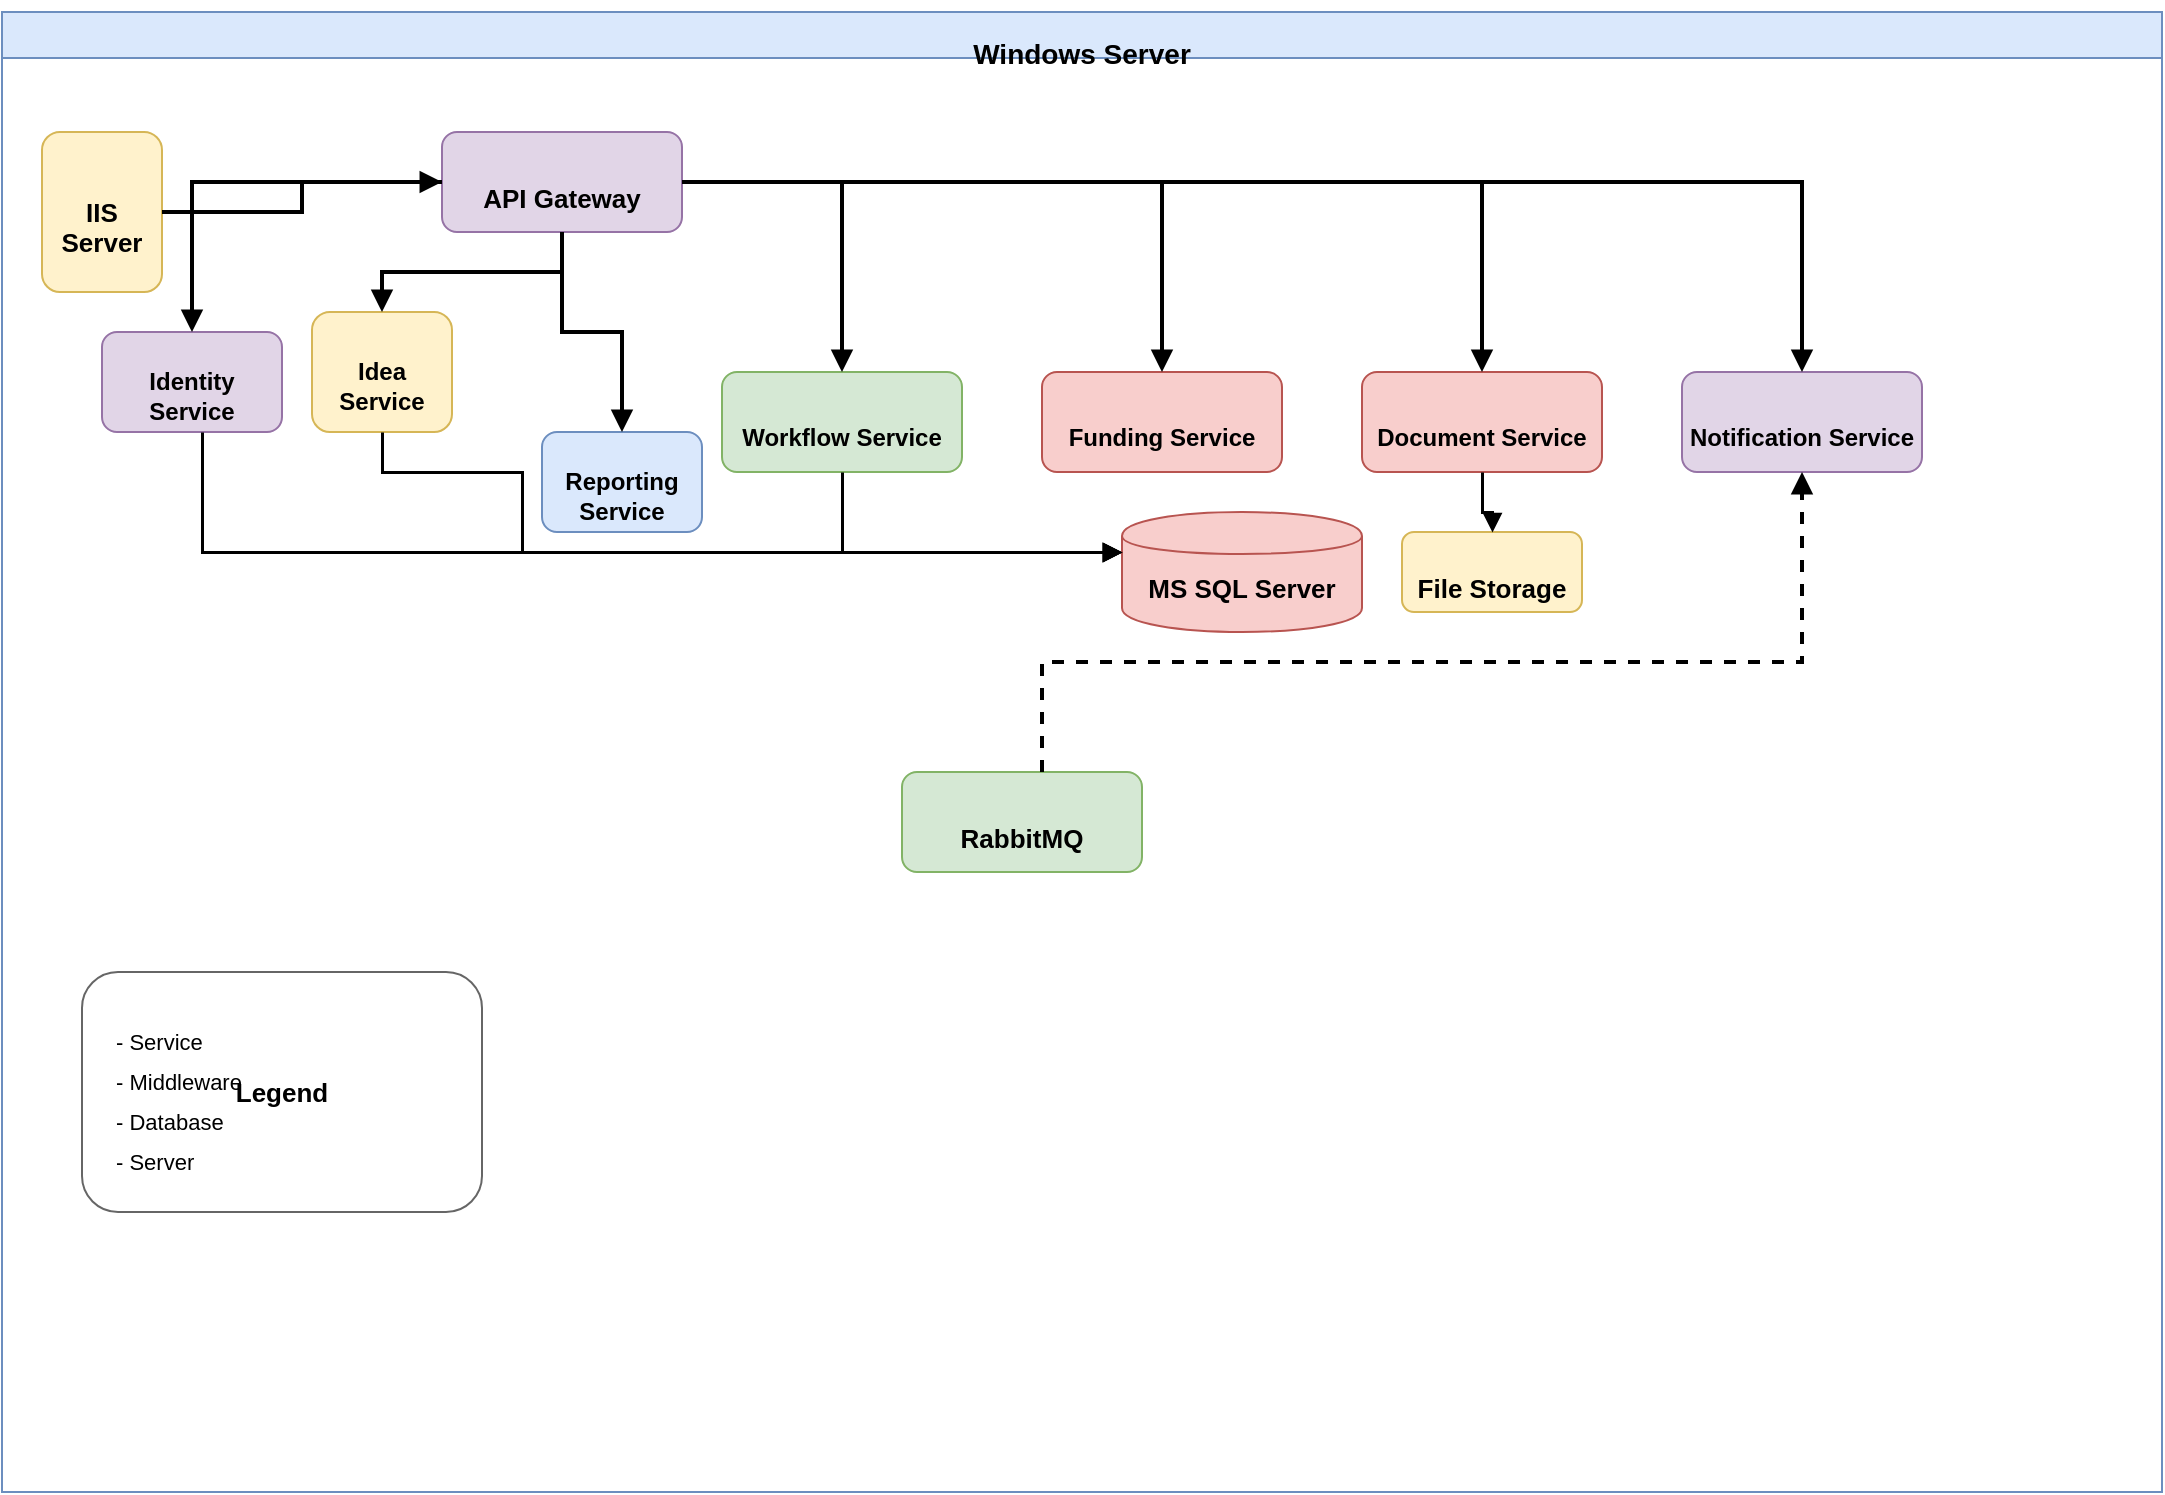
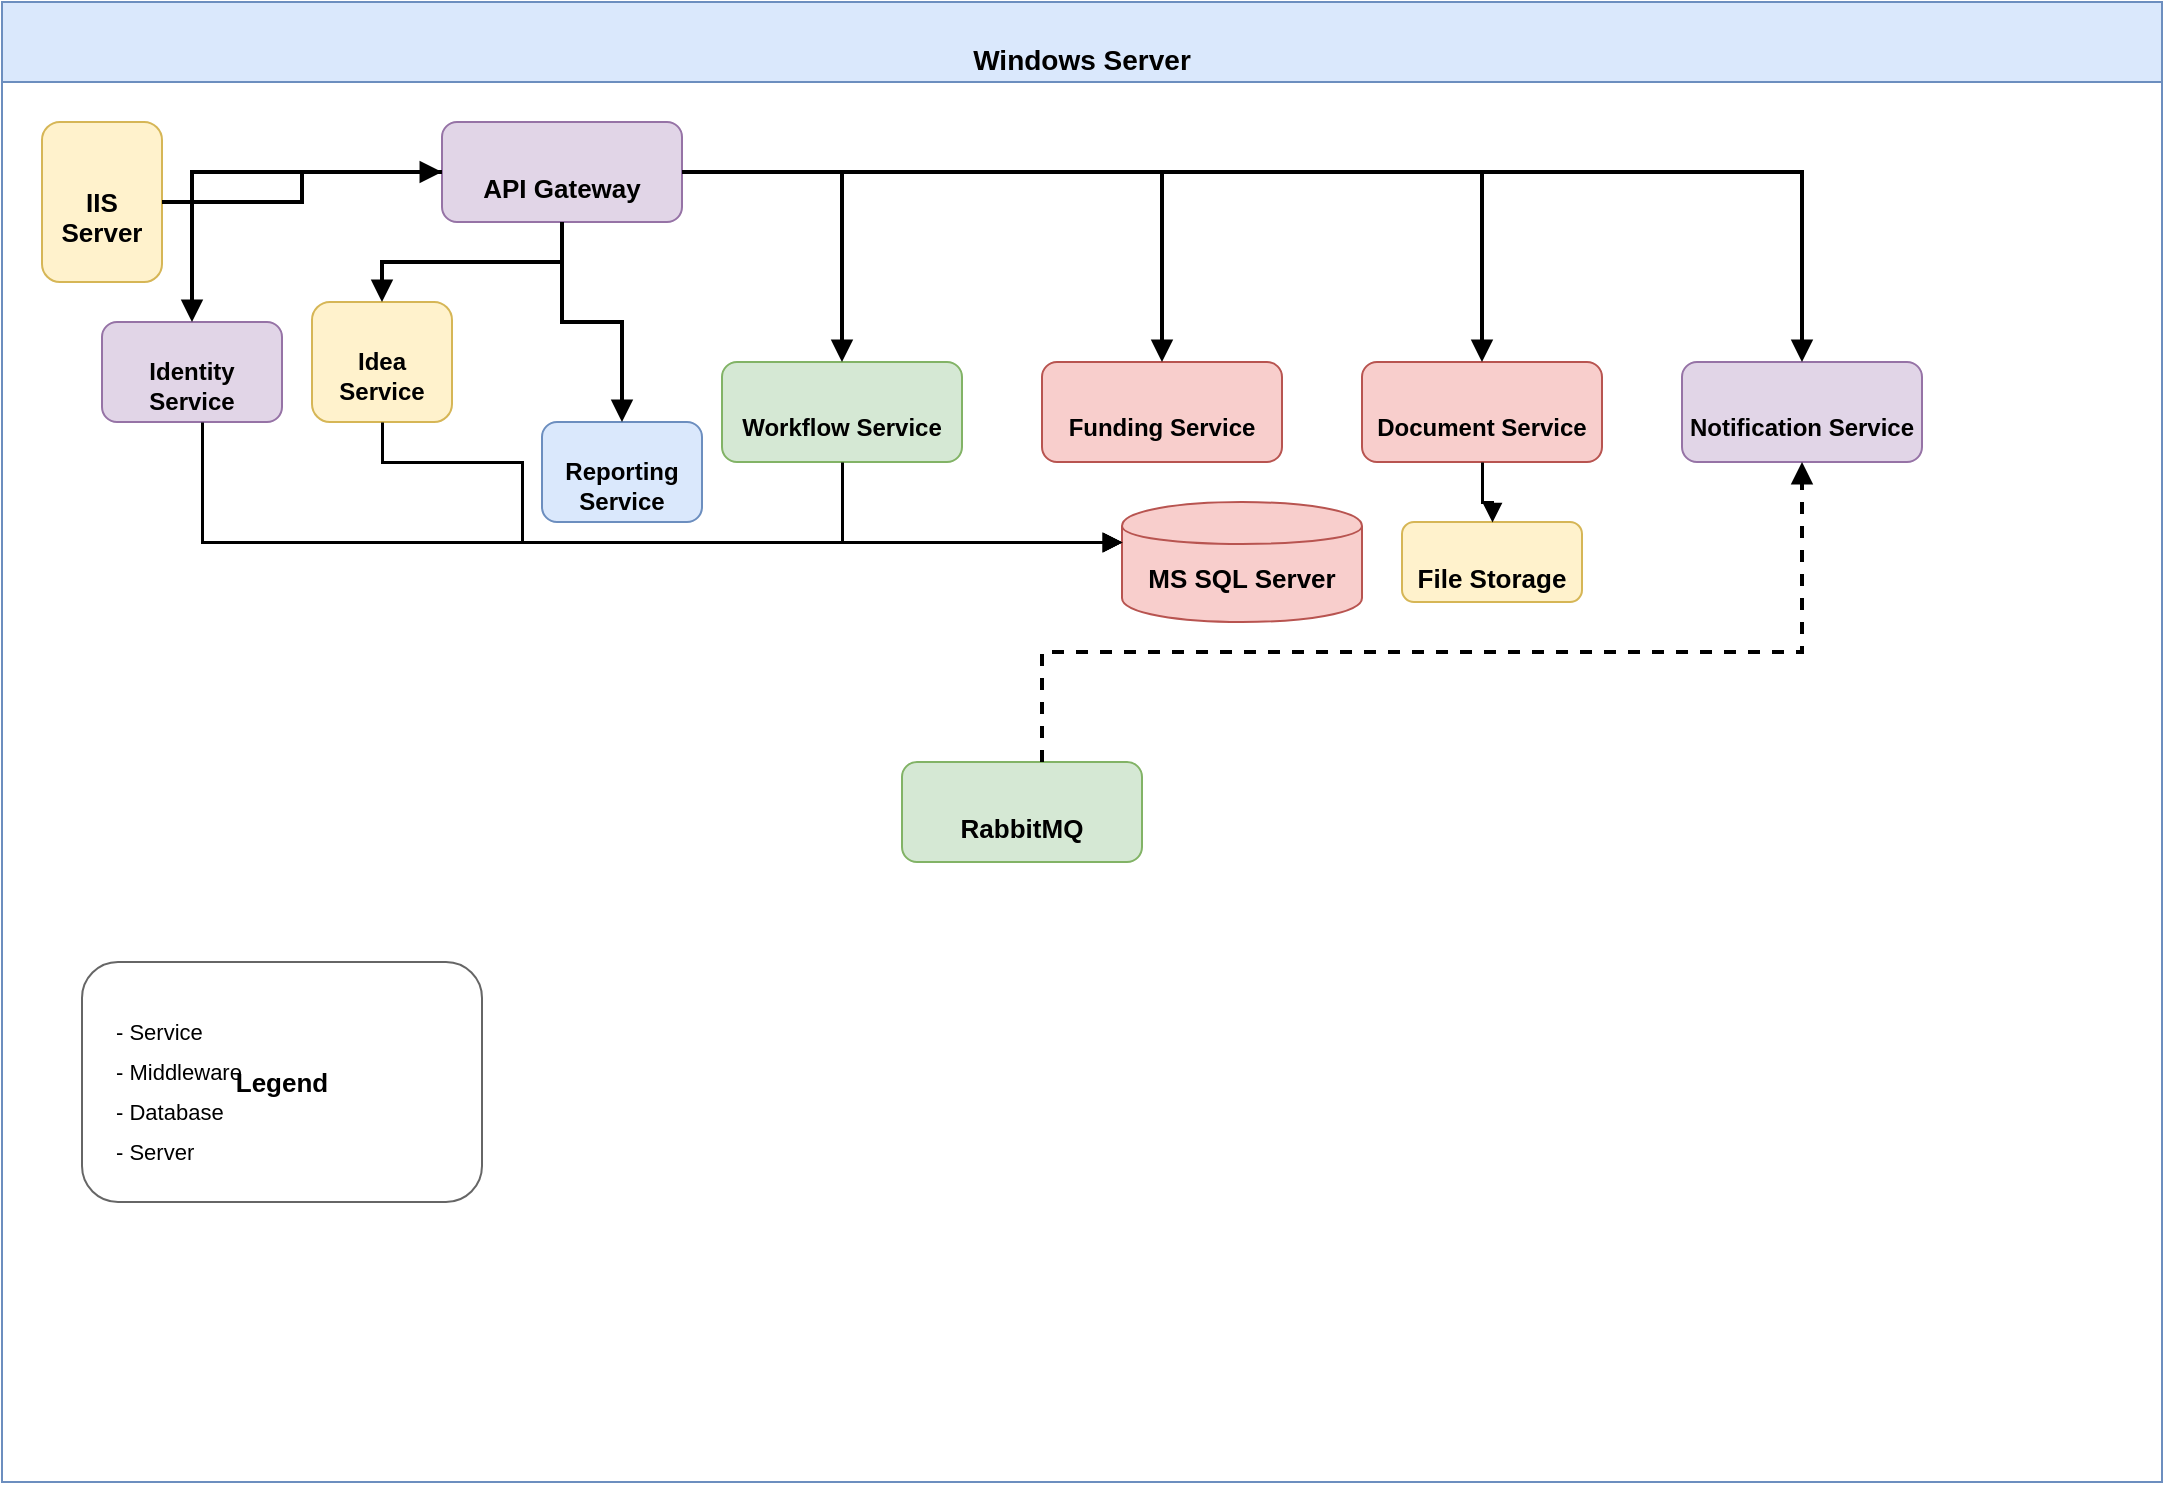
<mxfile host="app.diagrams.net">
  <diagram name="Deployment Diagram" id="vLQFsxXfaxeUZPpYiw_p">
-     <mxGraphModel dx="926" dy="600" grid="1" gridSize="10" guides="1" tooltips="1" connect="1" arrows="1" fold="1" page="1" pageScale="1" pageWidth="850" pageHeight="1100" math="0" shadow="0">
+     <mxGraphModel dx="1158" dy="750" grid="1" gridSize="10" guides="1" tooltips="1" connect="1" arrows="1" fold="1" page="1" pageScale="1" pageWidth="850" pageHeight="1100" math="0" shadow="0">
      <root>
        <mxCell id="0" />
        <mxCell id="1" parent="0" />
-         <mxCell id="YQFGaaequtOBqYuUSMTY-1" parent="1" style="swimlane;whiteSpace=wrap;html=1;fillColor=#dae8fc;strokeColor=#6c8ebf;fontSize=14;fontStyle=1;" value="&lt;device&gt;&#xa;Windows Server" vertex="1">
+         <mxCell id="YQFGaaequtOBqYuUSMTY-1" parent="1" style="swimlane;whiteSpace=wrap;html=1;fillColor=#dae8fc;strokeColor=#6c8ebf;fontSize=14;fontStyle=1;startSize=40;" value="&lt;device&gt;&#xa;Windows Server" vertex="1">
          <mxGeometry height="740" width="1080" x="40" y="20" as="geometry" />
        </mxCell>
        <mxCell id="YQFGaaequtOBqYuUSMTY-2" parent="YQFGaaequtOBqYuUSMTY-1" style="rounded=1;whiteSpace=wrap;html=1;fillColor=#fff2cc;strokeColor=#d6b656;fontSize=13;fontStyle=1;" value="&lt;artifact&gt;&#xa;IIS Server" vertex="1">
          <mxGeometry height="80" width="60" x="20" y="60" as="geometry" />
        </mxCell>
        <mxCell id="YQFGaaequtOBqYuUSMTY-3" parent="YQFGaaequtOBqYuUSMTY-1" style="rounded=1;whiteSpace=wrap;html=1;fillColor=#e1d5e7;strokeColor=#9673a6;fontSize=13;fontStyle=1;" value="&lt;executable&gt;&#xa;API Gateway" vertex="1">
          <mxGeometry height="50" width="120" x="220" y="60" as="geometry" />
        </mxCell>
        <mxCell id="YQFGaaequtOBqYuUSMTY-4" parent="YQFGaaequtOBqYuUSMTY-1" style="rounded=1;whiteSpace=wrap;html=1;fillColor=#e1d5e7;strokeColor=#9673a6;fontSize=12;fontStyle=1;" value="&lt;executable&gt;&#xa;Identity Service" vertex="1">
          <mxGeometry height="50" width="90" x="50" y="160" as="geometry" />
        </mxCell>
        <mxCell id="YQFGaaequtOBqYuUSMTY-5" parent="YQFGaaequtOBqYuUSMTY-1" style="rounded=1;whiteSpace=wrap;html=1;fillColor=#fff2cc;strokeColor=#d6b656;fontSize=12;fontStyle=1;" value="&lt;executable&gt;&#xa;Idea Service" vertex="1">
          <mxGeometry height="60" width="70" x="155" y="150" as="geometry" />
        </mxCell>
        <mxCell id="YQFGaaequtOBqYuUSMTY-6" parent="YQFGaaequtOBqYuUSMTY-1" style="rounded=1;whiteSpace=wrap;html=1;fillColor=#d5e8d4;strokeColor=#82b366;fontSize=12;fontStyle=1;" value="&lt;executable&gt;&#xa;Workflow Service" vertex="1">
          <mxGeometry height="50" width="120" x="360" y="180" as="geometry" />
        </mxCell>
        <mxCell id="YQFGaaequtOBqYuUSMTY-7" parent="YQFGaaequtOBqYuUSMTY-1" style="rounded=1;whiteSpace=wrap;html=1;fillColor=#f8cecc;strokeColor=#b85450;fontSize=12;fontStyle=1;" value="&lt;executable&gt;&#xa;Funding Service" vertex="1">
          <mxGeometry height="50" width="120" x="520" y="180" as="geometry" />
        </mxCell>
        <mxCell id="YQFGaaequtOBqYuUSMTY-8" parent="YQFGaaequtOBqYuUSMTY-1" style="rounded=1;whiteSpace=wrap;html=1;fillColor=#f8cecc;strokeColor=#b85450;fontSize=12;fontStyle=1;" value="&lt;executable&gt;&#xa;Document Service" vertex="1">
          <mxGeometry height="50" width="120" x="680" y="180" as="geometry" />
        </mxCell>
        <mxCell id="YQFGaaequtOBqYuUSMTY-9" parent="YQFGaaequtOBqYuUSMTY-1" style="rounded=1;whiteSpace=wrap;html=1;fillColor=#e1d5e7;strokeColor=#9673a6;fontSize=12;fontStyle=1;" value="&lt;executable&gt;&#xa;Notification Service" vertex="1">
          <mxGeometry height="50" width="120" x="840" y="180" as="geometry" />
        </mxCell>
        <mxCell id="YQFGaaequtOBqYuUSMTY-10" parent="YQFGaaequtOBqYuUSMTY-1" style="rounded=1;whiteSpace=wrap;html=1;fillColor=#dae8fc;strokeColor=#6c8ebf;fontSize=12;fontStyle=1;" value="&lt;executable&gt;&#xa;Reporting Service" vertex="1">
          <mxGeometry height="50" width="80" x="270" y="210" as="geometry" />
        </mxCell>
        <mxCell id="YQFGaaequtOBqYuUSMTY-11" parent="YQFGaaequtOBqYuUSMTY-1" style="rounded=1;whiteSpace=wrap;html=1;fillColor=#d5e8d4;strokeColor=#82b366;fontSize=13;fontStyle=1;" value="&lt;artifact&gt;&#xa;RabbitMQ" vertex="1">
          <mxGeometry height="50" width="120" x="450" y="380" as="geometry" />
        </mxCell>
        <mxCell id="YQFGaaequtOBqYuUSMTY-12" parent="YQFGaaequtOBqYuUSMTY-1" style="shape=cylinder;whiteSpace=wrap;html=1;fillColor=#f8cecc;strokeColor=#b85450;fontSize=13;fontStyle=1;" value="&lt;database&gt;&#xa;MS SQL Server" vertex="1">
          <mxGeometry height="60" width="120" x="560" y="250" as="geometry" />
        </mxCell>
        <mxCell id="YQFGaaequtOBqYuUSMTY-13" parent="YQFGaaequtOBqYuUSMTY-1" style="rounded=1;whiteSpace=wrap;html=1;fillColor=#fff2cc;strokeColor=#d6b656;fontSize=13;fontStyle=1;" value="&lt;artifact&gt;&#xa;File Storage" vertex="1">
          <mxGeometry height="40" width="90" x="700" y="260" as="geometry" />
        </mxCell>
        <mxCell id="YQFGaaequtOBqYuUSMTY-14" edge="1" parent="YQFGaaequtOBqYuUSMTY-1" source="YQFGaaequtOBqYuUSMTY-2" style="edgeStyle=orthogonalEdgeStyle;rounded=0;orthogonalLoop=1;jettySize=auto;html=1;strokeWidth=2;endArrow=block;endFill=1;" target="YQFGaaequtOBqYuUSMTY-3">
          <mxGeometry relative="1" as="geometry" />
        </mxCell>
        <mxCell id="YQFGaaequtOBqYuUSMTY-15" edge="1" parent="YQFGaaequtOBqYuUSMTY-1" source="YQFGaaequtOBqYuUSMTY-3" style="edgeStyle=orthogonalEdgeStyle;rounded=0;orthogonalLoop=1;jettySize=auto;html=1;strokeWidth=2;endArrow=block;endFill=1;" target="YQFGaaequtOBqYuUSMTY-4">
          <mxGeometry relative="1" as="geometry" />
        </mxCell>
        <mxCell id="YQFGaaequtOBqYuUSMTY-16" edge="1" parent="YQFGaaequtOBqYuUSMTY-1" source="YQFGaaequtOBqYuUSMTY-3" style="edgeStyle=orthogonalEdgeStyle;rounded=0;orthogonalLoop=1;jettySize=auto;html=1;strokeWidth=2;endArrow=block;endFill=1;" target="YQFGaaequtOBqYuUSMTY-5">
          <mxGeometry relative="1" as="geometry" />
        </mxCell>
        <mxCell id="YQFGaaequtOBqYuUSMTY-17" edge="1" parent="YQFGaaequtOBqYuUSMTY-1" source="YQFGaaequtOBqYuUSMTY-3" style="edgeStyle=orthogonalEdgeStyle;rounded=0;orthogonalLoop=1;jettySize=auto;html=1;strokeWidth=2;endArrow=block;endFill=1;" target="YQFGaaequtOBqYuUSMTY-6">
          <mxGeometry relative="1" as="geometry" />
        </mxCell>
        <mxCell id="YQFGaaequtOBqYuUSMTY-18" edge="1" parent="YQFGaaequtOBqYuUSMTY-1" source="YQFGaaequtOBqYuUSMTY-3" style="edgeStyle=orthogonalEdgeStyle;rounded=0;orthogonalLoop=1;jettySize=auto;html=1;strokeWidth=2;endArrow=block;endFill=1;" target="YQFGaaequtOBqYuUSMTY-7">
          <mxGeometry relative="1" as="geometry" />
        </mxCell>
        <mxCell id="YQFGaaequtOBqYuUSMTY-19" edge="1" parent="YQFGaaequtOBqYuUSMTY-1" source="YQFGaaequtOBqYuUSMTY-3" style="edgeStyle=orthogonalEdgeStyle;rounded=0;orthogonalLoop=1;jettySize=auto;html=1;strokeWidth=2;endArrow=block;endFill=1;" target="YQFGaaequtOBqYuUSMTY-8">
          <mxGeometry relative="1" as="geometry" />
        </mxCell>
        <mxCell id="YQFGaaequtOBqYuUSMTY-20" edge="1" parent="YQFGaaequtOBqYuUSMTY-1" source="YQFGaaequtOBqYuUSMTY-3" style="edgeStyle=orthogonalEdgeStyle;rounded=0;orthogonalLoop=1;jettySize=auto;html=1;strokeWidth=2;endArrow=block;endFill=1;" target="YQFGaaequtOBqYuUSMTY-9">
          <mxGeometry relative="1" as="geometry" />
        </mxCell>
        <mxCell id="YQFGaaequtOBqYuUSMTY-21" edge="1" parent="YQFGaaequtOBqYuUSMTY-1" source="YQFGaaequtOBqYuUSMTY-3" style="edgeStyle=orthogonalEdgeStyle;rounded=0;orthogonalLoop=1;jettySize=auto;html=1;strokeWidth=2;endArrow=block;endFill=1;" target="YQFGaaequtOBqYuUSMTY-10">
          <mxGeometry relative="1" as="geometry" />
        </mxCell>
        <mxCell id="YQFGaaequtOBqYuUSMTY-23" edge="1" parent="YQFGaaequtOBqYuUSMTY-1" source="YQFGaaequtOBqYuUSMTY-11" style="edgeStyle=orthogonalEdgeStyle;rounded=0;orthogonalLoop=1;jettySize=auto;html=1;strokeWidth=2;dashed=1;endArrow=block;endFill=1;" target="YQFGaaequtOBqYuUSMTY-9">
          <mxGeometry relative="1" as="geometry">
            <Array as="points">
              <mxPoint x="520" y="325" />
              <mxPoint x="900" y="325" />
              <mxPoint x="900" y="230" />
            </Array>
          </mxGeometry>
        </mxCell>
        <mxCell id="YQFGaaequtOBqYuUSMTY-24" edge="1" parent="YQFGaaequtOBqYuUSMTY-1" source="YQFGaaequtOBqYuUSMTY-4" style="edgeStyle=orthogonalEdgeStyle;rounded=0;orthogonalLoop=1;jettySize=auto;html=1;strokeWidth=1.5;endArrow=block;endFill=1;" target="YQFGaaequtOBqYuUSMTY-12">
          <mxGeometry relative="1" as="geometry">
            <Array as="points">
              <mxPoint x="100" y="230" />
              <mxPoint x="100" y="270" />
              <mxPoint x="660" y="270" />
              <mxPoint x="660" y="300" />
            </Array>
          </mxGeometry>
        </mxCell>
        <mxCell id="YQFGaaequtOBqYuUSMTY-25" edge="1" parent="YQFGaaequtOBqYuUSMTY-1" source="YQFGaaequtOBqYuUSMTY-5" style="edgeStyle=orthogonalEdgeStyle;rounded=0;orthogonalLoop=1;jettySize=auto;html=1;strokeWidth=1.5;endArrow=block;endFill=1;" target="YQFGaaequtOBqYuUSMTY-12">
          <mxGeometry relative="1" as="geometry">
            <Array as="points">
              <mxPoint x="260" y="230" />
              <mxPoint x="260" y="270" />
              <mxPoint x="660" y="270" />
              <mxPoint x="660" y="300" />
            </Array>
          </mxGeometry>
        </mxCell>
        <mxCell id="YQFGaaequtOBqYuUSMTY-26" edge="1" parent="YQFGaaequtOBqYuUSMTY-1" source="YQFGaaequtOBqYuUSMTY-6" style="edgeStyle=orthogonalEdgeStyle;rounded=0;orthogonalLoop=1;jettySize=auto;html=1;strokeWidth=1.5;endArrow=block;endFill=1;" target="YQFGaaequtOBqYuUSMTY-12">
          <mxGeometry relative="1" as="geometry">
            <Array as="points">
              <mxPoint x="420" y="230" />
              <mxPoint x="420" y="270" />
              <mxPoint x="660" y="270" />
              <mxPoint x="660" y="300" />
            </Array>
          </mxGeometry>
        </mxCell>
        <mxCell id="YQFGaaequtOBqYuUSMTY-27" edge="1" parent="YQFGaaequtOBqYuUSMTY-1" source="YQFGaaequtOBqYuUSMTY-8" style="edgeStyle=orthogonalEdgeStyle;rounded=0;orthogonalLoop=1;jettySize=auto;html=1;strokeWidth=1.5;endArrow=block;endFill=1;" target="YQFGaaequtOBqYuUSMTY-13">
          <mxGeometry relative="1" as="geometry" />
        </mxCell>
        <mxCell id="YQFGaaequtOBqYuUSMTY-28" parent="YQFGaaequtOBqYuUSMTY-1" style="rounded=1;whiteSpace=wrap;html=1;fillColor=#ffffff;strokeColor=#666666;fontSize=13;fontStyle=1;" value="Legend" vertex="1">
          <mxGeometry height="120" width="200" x="40" y="480" as="geometry" />
        </mxCell>
        <mxCell id="YQFGaaequtOBqYuUSMTY-29" parent="YQFGaaequtOBqYuUSMTY-1" style="text;html=1;strokeColor=none;fillColor=none;align=left;verticalAlign=middle;whiteSpace=wrap;fontSize=11;" value="&lt;executable&gt; - Service" vertex="1">
          <mxGeometry height="20" width="170" x="55" y="505" as="geometry" />
        </mxCell>
        <mxCell id="YQFGaaequtOBqYuUSMTY-30" parent="YQFGaaequtOBqYuUSMTY-1" style="text;html=1;strokeColor=none;fillColor=none;align=left;verticalAlign=middle;whiteSpace=wrap;fontSize=11;" value="&lt;artifact&gt; - Middleware" vertex="1">
          <mxGeometry height="20" width="170" x="55" y="525" as="geometry" />
        </mxCell>
        <mxCell id="YQFGaaequtOBqYuUSMTY-31" parent="YQFGaaequtOBqYuUSMTY-1" style="text;html=1;strokeColor=none;fillColor=none;align=left;verticalAlign=middle;whiteSpace=wrap;fontSize=11;" value="&lt;database&gt; - Database" vertex="1">
          <mxGeometry height="20" width="170" x="55" y="545" as="geometry" />
        </mxCell>
        <mxCell id="YQFGaaequtOBqYuUSMTY-32" parent="YQFGaaequtOBqYuUSMTY-1" style="text;html=1;strokeColor=none;fillColor=none;align=left;verticalAlign=middle;whiteSpace=wrap;fontSize=11;" value="&lt;device&gt; - Server" vertex="1">
          <mxGeometry height="20" width="170" x="55" y="565" as="geometry" />
        </mxCell>
      </root>
    </mxGraphModel>
  </diagram>
</mxfile>
